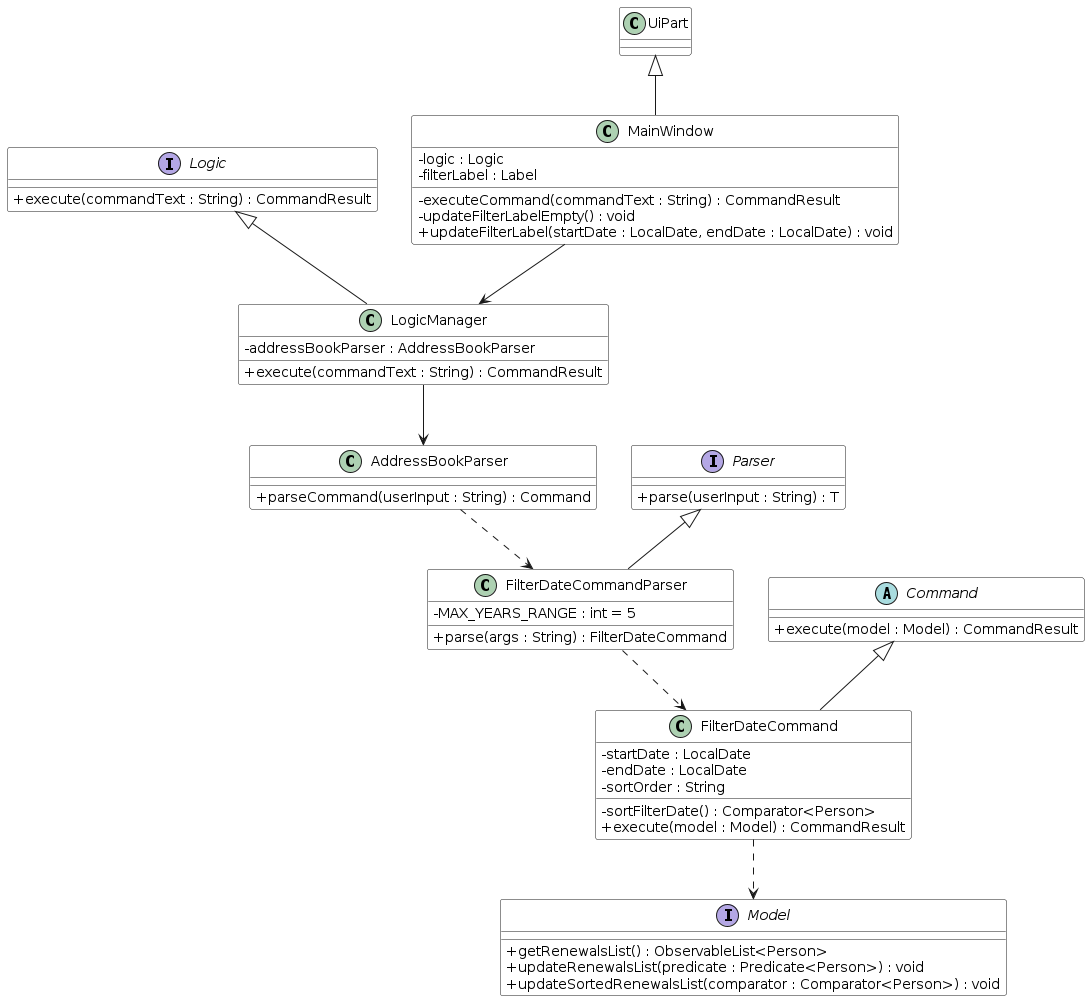
AY2425S2-CS2103-F08-2/tp keeps this PlantUML diagram as diagrams/FilterDateCommandClassDiagram.png. Above is the earlier version. Its source is kept beside it as diagrams/FilterDateCommandClassDiagram.puml.
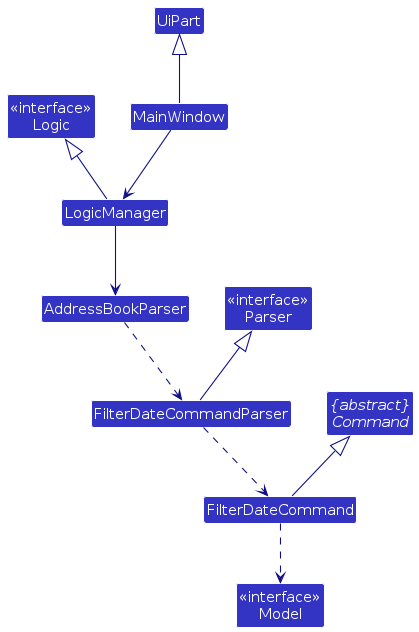
Later version of the same file.

Diff of the diagram source:
```diff
@@ -1,5 +1,7 @@
 @startuml
-skinparam classAttributeIconSize 0
+!include style.puml
+skinparam arrowThickness 1.1
+skinparam arrowColor LOGIC_COLOR_T4
 skinparam classBackgroundColor LOGIC_COLOR
 
 class FilterDateCommand {
@@ -17,15 +19,15 @@
     + parse(args : String) : FilterDateCommand
 }
 
-interface Parser {
+class "<<interface>>\nParser" as Parser {
     + parse(userInput : String) : T
 }
 
-abstract class Command {
+abstract class "{abstract}\nCommand" as Command {
     + execute(model : Model) : CommandResult
 }
 
-interface Model {
+class "<<interface>>\nModel" as Model {
     + getRenewalsList() : ObservableList<Person>
     + updateRenewalsList(predicate : Predicate<Person>) : void
     + updateSortedRenewalsList(comparator : Comparator<Person>) : void
@@ -40,7 +42,7 @@
     + updateFilterLabel(startDate : LocalDate, endDate : LocalDate) : void
 }
 
-interface Logic {
+class "<<interface>>\nLogic" as Logic {
     + execute(commandText : String) : CommandResult
 }
 
```
